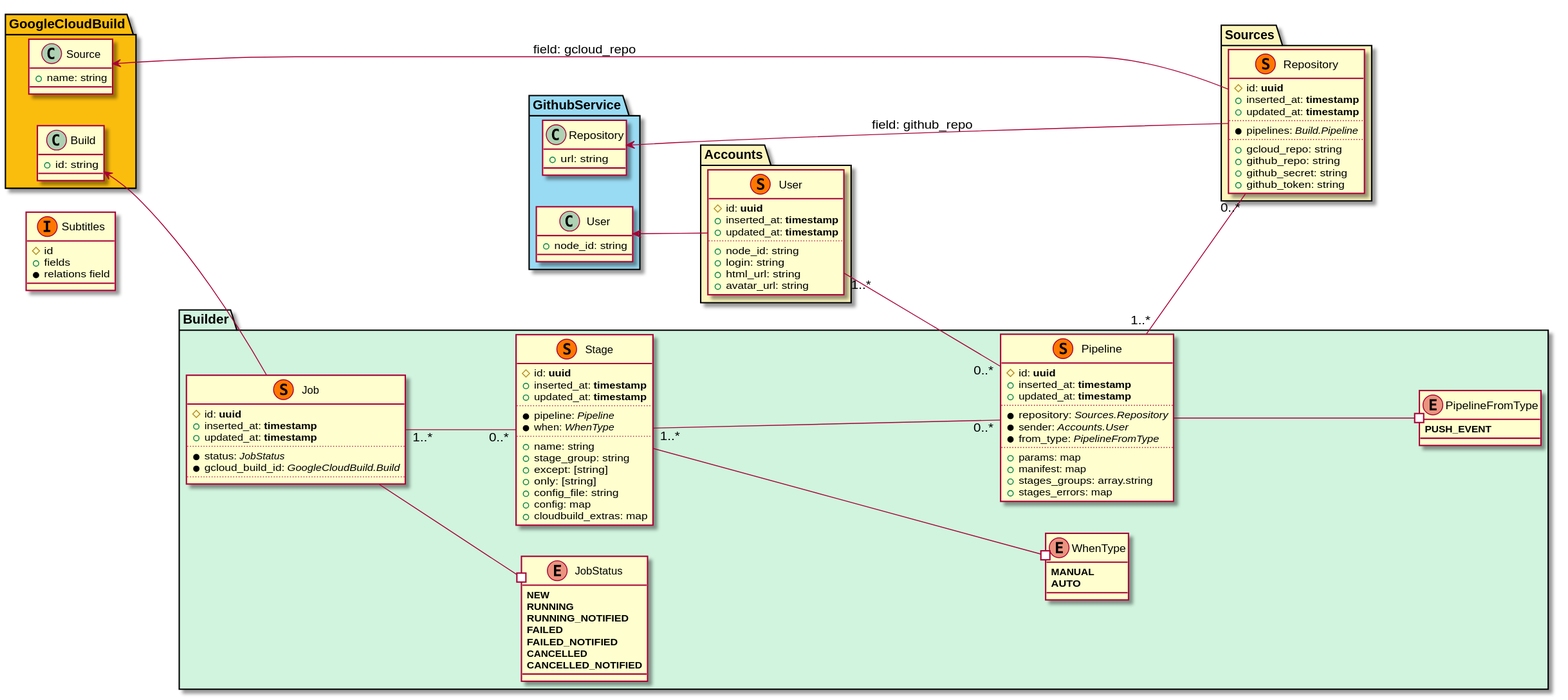
Earlier version of the PlantUML export docs/schemas.svg (parafuzo/ohno).
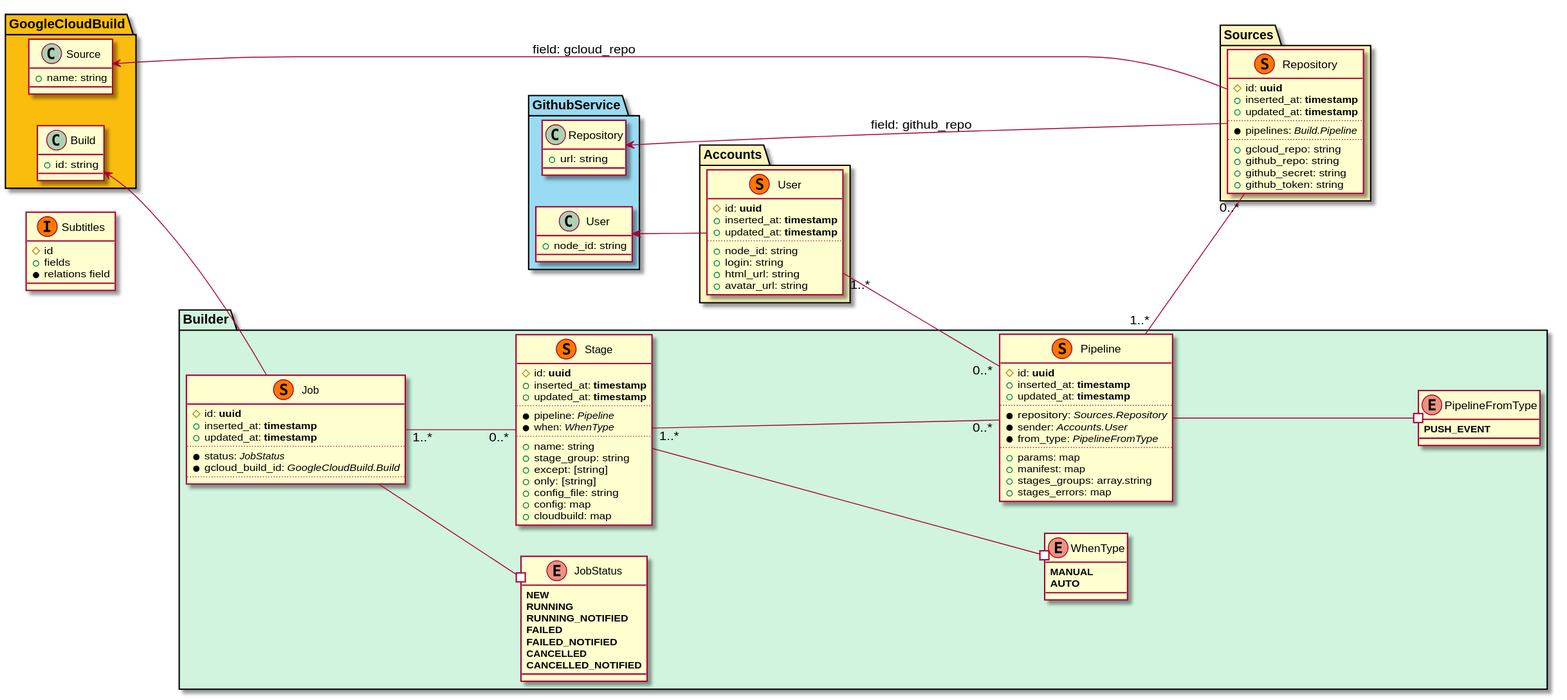
Above is the later version.

What changed in the source:
```diff
@@ -90,7 +90,7 @@
     +only: [string]
     +config_file: string
     +config: map
-    +cloudbuild_extras: map
+    +cloudbuild: map
   }
 
   Stage "1..*" -- "0..*" Pipeline
```
